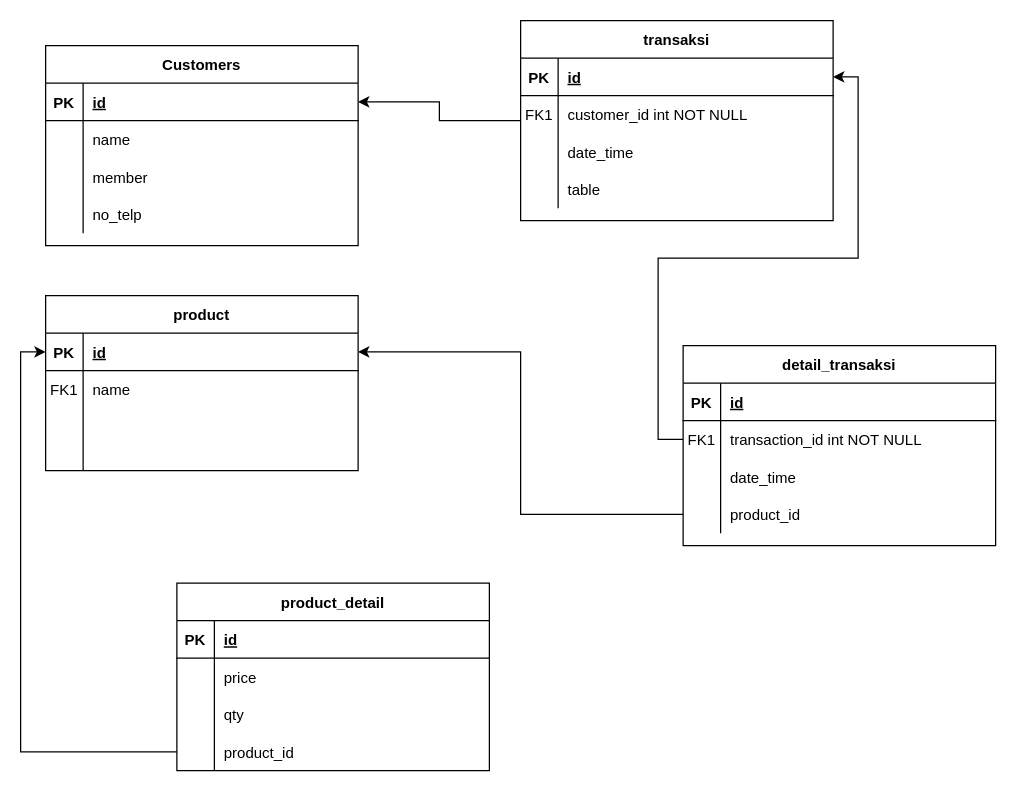
Before: Diagram Tanpa Judul.drawio in faisal0901/etentity, a draw.io diagram. Source tidied: cells renumbered, new cells numbered last; positions are measured from the earlier drawing's top-left corner, leaving out a move shared by most shapes. Both pictures are drawn from the tidied source at 125%, with x=0, y=0 at pixel (45, 20).
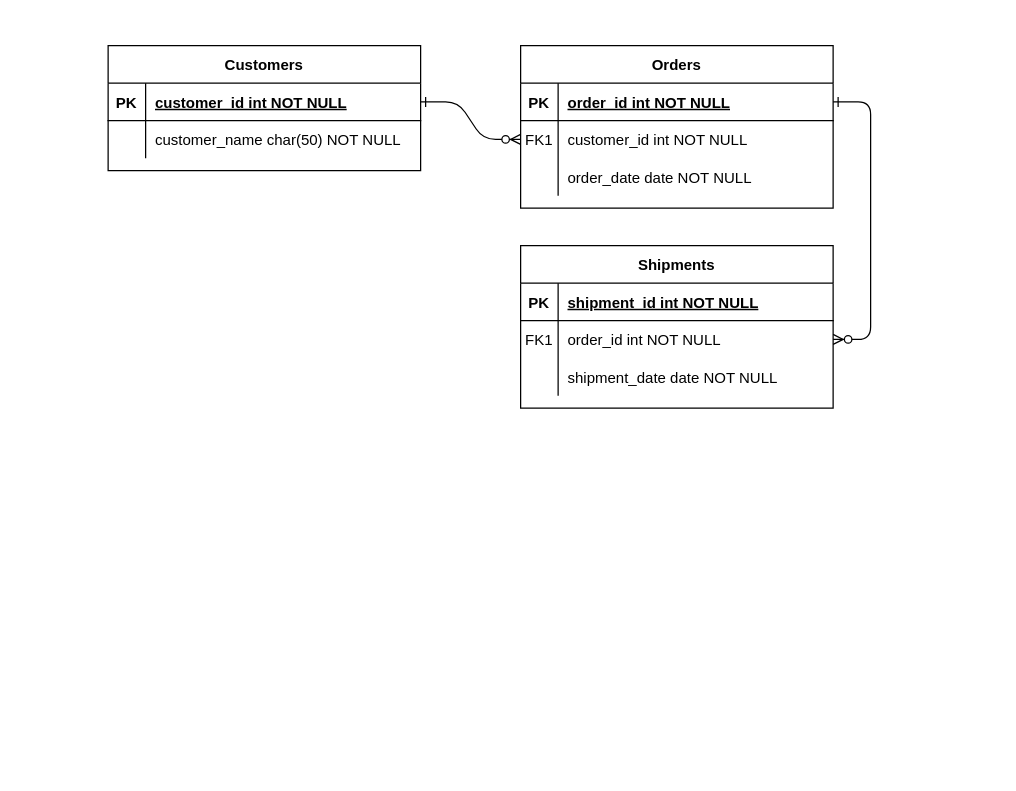
The same diagram, later.

The change refers to these unchanged cells:
```xml
<mxCell id="4" style="shape=partialRectangle;fillColor=none;points=[[0,0.5],[1,0.5]];portConstraint=eastwest;top=0;left=0;right=0;bottom=1;" parent="3" vertex="1">
  <mxGeometry y="30" width="250" height="30" as="geometry" />
</mxCell>
<mxCell id="7" style="shape=partialRectangle;fillColor=none;points=[[0,0.5],[1,0.5]];portConstraint=eastwest;top=0;left=0;right=0;bottom=0;" parent="3" vertex="1">
  <mxGeometry y="60" width="250" height="30" as="geometry" />
</mxCell>
<mxCell id="10" style="shape=partialRectangle;fillColor=none;top=0;left=0;right=0;bottom=0;" parent="3" vertex="1">
  <mxGeometry y="90" width="250" height="30" as="geometry" />
</mxCell>
<mxCell id="17" style="shape=partialRectangle;fillColor=none;points=[[0,0.5],[1,0.5]];portConstraint=eastwest;top=0;left=0;right=0;bottom=1;" parent="16" vertex="1">
  <mxGeometry y="30" width="250" height="30" as="geometry" />
</mxCell>
<mxCell id="20" style="shape=partialRectangle;fillColor=none;points=[[0,0.5],[1,0.5]];portConstraint=eastwest;top=0;left=0;right=0;bottom=0;" parent="16" vertex="1">
  <mxGeometry y="60" width="250" height="30" as="geometry" />
</mxCell>
<mxCell id="30" style="shape=partialRectangle;fillColor=none;points=[[0,0.5],[1,0.5]];portConstraint=eastwest;top=0;left=0;right=0;bottom=1;" parent="29" vertex="1">
  <mxGeometry y="30" width="250" height="30" as="geometry" />
</mxCell>
<mxCell id="33" style="shape=partialRectangle;fillColor=none;top=0;left=0;right=0;bottom=0;" parent="29" vertex="1">
  <mxGeometry y="60" width="250" height="30" as="geometry" />
</mxCell>
```

The edit, as a diff of the source:
```diff
@@
-    <mxCell id="2" style="edgeStyle=orthogonalEdgeStyle;rounded=0;jettySize=auto;html=1;entryX=1;entryY=0.5;entryDx=0;entryDy=0;" parent="1" edge="1" source="3" target="30">
-      <mxGeometry relative="1" as="geometry" />
-    </mxCell>
+    <mxCell id="71" style="edgeStyle=entityRelationEdgeStyle;endArrow=ERzeroToMany;startArrow=ERone;endFill=1;startFill=0;" parent="1" edge="1" source="30" target="7">
+      <mxGeometry relative="1" as="geometry" />
+    </mxCell>
+    <mxCell id="72" style="edgeStyle=entityRelationEdgeStyle;endArrow=ERzeroToMany;startArrow=ERone;endFill=1;startFill=0;" parent="1" edge="1" source="4" target="20">
+      <mxGeometry relative="1" as="geometry" />
+    </mxCell>
-    <mxCell id="3" value="transaksi" style="shape=table;startSize=30;childLayout=tableLayout;rowLines=0;fontStyle=1;align=center;" parent="1" vertex="1">
-      <mxGeometry x="380" width="250" height="160" as="geometry" />
+    <mxCell id="3" value="Orders" style="shape=table;startSize=30;childLayout=tableLayout;rowLines=0;fontStyle=1;align=center;" parent="1" vertex="1">
+      <mxGeometry x="380" y="20" width="250" height="130" as="geometry" />
     </mxCell>
@@
-    <mxCell id="6" value="id" style="shape=partialRectangle;overflow=hidden;fillColor=none;top=0;left=0;bottom=0;right=0;align=left;spacingLeft=6;fontStyle=5;" parent="4" vertex="1">
+    <mxCell id="6" value="order_id int NOT NULL " style="shape=partialRectangle;overflow=hidden;fillColor=none;top=0;left=0;bottom=0;right=0;align=left;spacingLeft=6;fontStyle=5;" parent="4" vertex="1">
       <mxGeometry x="30" width="220" height="30" as="geometry" />
     </mxCell>
@@
-    <mxCell id="12" value="date_time" style="shape=partialRectangle;overflow=hidden;fillColor=none;top=0;left=0;bottom=0;right=0;align=left;spacingLeft=6;" parent="10" vertex="1">
+    <mxCell id="12" value="order_date date NOT NULL" style="shape=partialRectangle;overflow=hidden;fillColor=none;top=0;left=0;bottom=0;right=0;align=left;spacingLeft=6;" parent="10" vertex="1">
       <mxGeometry x="30" width="220" height="30" as="geometry" />
     </mxCell>
-    <mxCell id="13" style="shape=partialRectangle;fillColor=none;top=0;left=0;right=0;bottom=0;" parent="3" vertex="1">
-      <mxGeometry y="120" width="250" height="30" as="geometry" />
-    </mxCell>
-    <mxCell id="14" style="shape=partialRectangle;overflow=hidden;fillColor=none;top=0;left=0;bottom=0;right=0;" parent="13" vertex="1">
-      <mxGeometry width="30" height="30" as="geometry" />
-    </mxCell>
-    <mxCell id="15" value="table" style="shape=partialRectangle;overflow=hidden;fillColor=none;top=0;left=0;bottom=0;right=0;align=left;spacingLeft=6;" parent="13" vertex="1">
-      <mxGeometry x="30" width="220" height="30" as="geometry" />
-    </mxCell>
-    <mxCell id="16" value="product" style="shape=table;startSize=30;childLayout=tableLayout;rowLines=0;fontStyle=1;align=center;" parent="1" vertex="1">
-      <mxGeometry y="220" width="250" height="140" as="geometry" />
+    <mxCell id="16" value="Shipments" style="shape=table;startSize=30;childLayout=tableLayout;rowLines=0;fontStyle=1;align=center;" parent="1" vertex="1">
+      <mxGeometry x="380" y="180" width="250" height="130" as="geometry" />
     </mxCell>
@@
-    <mxCell id="19" value="id" style="shape=partialRectangle;overflow=hidden;fillColor=none;top=0;left=0;bottom=0;right=0;align=left;spacingLeft=6;fontStyle=5;" parent="17" vertex="1">
+    <mxCell id="19" value="shipment_id int NOT NULL " style="shape=partialRectangle;overflow=hidden;fillColor=none;top=0;left=0;bottom=0;right=0;align=left;spacingLeft=6;fontStyle=5;" parent="17" vertex="1">
       <mxGeometry x="30" width="220" height="30" as="geometry" />
     </mxCell>
@@
-    <mxCell id="22" value="name" style="shape=partialRectangle;overflow=hidden;fillColor=none;top=0;left=0;bottom=0;right=0;align=left;spacingLeft=6;" parent="20" vertex="1">
+    <mxCell id="22" value="order_id int NOT NULL" style="shape=partialRectangle;overflow=hidden;fillColor=none;top=0;left=0;bottom=0;right=0;align=left;spacingLeft=6;" parent="20" vertex="1">
       <mxGeometry x="30" width="220" height="30" as="geometry" />
     </mxCell>
     <mxCell id="23" style="shape=partialRectangle;fillColor=none;top=0;left=0;right=0;bottom=0;" parent="16" vertex="1">
-      <mxGeometry y="90" width="250" height="20" as="geometry" />
+      <mxGeometry y="90" width="250" height="30" as="geometry" />
     </mxCell>
     <mxCell id="24" style="shape=partialRectangle;overflow=hidden;fillColor=none;top=0;left=0;bottom=0;right=0;" parent="23" vertex="1">
-      <mxGeometry width="30" height="20" as="geometry" />
+      <mxGeometry width="30" height="30" as="geometry" />
     </mxCell>
-    <mxCell id="25" style="shape=partialRectangle;overflow=hidden;fillColor=none;top=0;left=0;bottom=0;right=0;align=left;spacingLeft=6;" parent="23" vertex="1">
-      <mxGeometry x="30" width="220" height="20" as="geometry" />
+    <mxCell id="25" value="shipment_date date NOT NULL" style="shape=partialRectangle;overflow=hidden;fillColor=none;top=0;left=0;bottom=0;right=0;align=left;spacingLeft=6;" parent="23" vertex="1">
+      <mxGeometry x="30" width="220" height="30" as="geometry" />
     </mxCell>
-    <mxCell id="26" style="shape=partialRectangle;fillColor=none;top=0;left=0;right=0;bottom=0;" parent="16" vertex="1">
-      <mxGeometry y="110" width="250" height="30" as="geometry" />
-    </mxCell>
-    <mxCell id="27" style="shape=partialRectangle;overflow=hidden;fillColor=none;top=0;left=0;bottom=0;right=0;" parent="26" vertex="1">
-      <mxGeometry width="30" height="30" as="geometry" />
-    </mxCell>
-    <mxCell id="28" style="shape=partialRectangle;overflow=hidden;fillColor=none;top=0;left=0;bottom=0;right=0;align=left;spacingLeft=6;" parent="26" vertex="1">
-      <mxGeometry x="30" width="220" height="30" as="geometry" />
-    </mxCell>
     <mxCell id="29" value="Customers" style="shape=table;startSize=30;childLayout=tableLayout;rowLines=0;fontStyle=1;align=center;" parent="1" vertex="1">
-      <mxGeometry y="20" width="250" height="160" as="geometry" />
+      <mxGeometry x="50" y="20" width="250" height="100" as="geometry" />
     </mxCell>
@@
-    <mxCell id="32" value="id" style="shape=partialRectangle;overflow=hidden;fillColor=none;top=0;left=0;bottom=0;right=0;align=left;spacingLeft=6;fontStyle=5;" parent="30" vertex="1">
+    <mxCell id="32" value="customer_id int NOT NULL " style="shape=partialRectangle;overflow=hidden;fillColor=none;top=0;left=0;bottom=0;right=0;align=left;spacingLeft=6;fontStyle=5;" parent="30" vertex="1">
       <mxGeometry x="30" width="220" height="30" as="geometry" />
     </mxCell>
@@
-    <mxCell id="35" value="name" style="shape=partialRectangle;overflow=hidden;fillColor=none;top=0;left=0;bottom=0;right=0;align=left;spacingLeft=6;" parent="33" vertex="1">
+    <mxCell id="35" value="customer_name char(50) NOT NULL" style="shape=partialRectangle;overflow=hidden;fillColor=none;top=0;left=0;bottom=0;right=0;align=left;spacingLeft=6;" parent="33" vertex="1">
       <mxGeometry x="30" width="220" height="30" as="geometry" />
     </mxCell>
-    <mxCell id="36" style="shape=partialRectangle;fillColor=none;top=0;left=0;right=0;bottom=0;" parent="29" vertex="1">
-      <mxGeometry y="90" width="250" height="30" as="geometry" />
-    </mxCell>
-    <mxCell id="37" style="shape=partialRectangle;overflow=hidden;fillColor=none;top=0;left=0;bottom=0;right=0;" parent="36" vertex="1">
-      <mxGeometry width="30" height="30" as="geometry" />
-    </mxCell>
-    <mxCell id="38" value="member" style="shape=partialRectangle;overflow=hidden;fillColor=none;top=0;left=0;bottom=0;right=0;align=left;spacingLeft=6;" parent="36" vertex="1">
-      <mxGeometry x="30" width="220" height="30" as="geometry" />
-    </mxCell>
-    <mxCell id="39" style="shape=partialRectangle;fillColor=none;top=0;left=0;right=0;bottom=0;" parent="29" vertex="1">
-      <mxGeometry y="120" width="250" height="30" as="geometry" />
-    </mxCell>
-    <mxCell id="40" style="shape=partialRectangle;overflow=hidden;fillColor=none;top=0;left=0;bottom=0;right=0;" parent="39" vertex="1">
-      <mxGeometry width="30" height="30" as="geometry" />
-    </mxCell>
-    <mxCell id="41" value="no_telp" style="shape=partialRectangle;overflow=hidden;fillColor=none;top=0;left=0;bottom=0;right=0;align=left;spacingLeft=6;" parent="39" vertex="1">
-      <mxGeometry x="30" width="220" height="30" as="geometry" />
-    </mxCell>
-    <mxCell id="42" value="detail_transaksi" style="shape=table;startSize=30;childLayout=tableLayout;rowLines=0;fontStyle=1;align=center;" parent="1" vertex="1">
-      <mxGeometry x="510" y="260" width="250" height="160" as="geometry" />
-    </mxCell>
-    <mxCell id="43" style="shape=partialRectangle;fillColor=none;top=0;left=0;right=0;bottom=1;" parent="42" vertex="1">
-      <mxGeometry y="30" width="250" height="30" as="geometry" />
-    </mxCell>
-    <mxCell id="44" value="PK" style="shape=partialRectangle;overflow=hidden;fillColor=none;top=0;left=0;bottom=0;right=0;fontStyle=1;" parent="43" vertex="1">
-      <mxGeometry width="30" height="30" as="geometry" />
-    </mxCell>
-    <mxCell id="45" value="id" style="shape=partialRectangle;overflow=hidden;fillColor=none;top=0;left=0;bottom=0;right=0;align=left;spacingLeft=6;fontStyle=5;" parent="43" vertex="1">
-      <mxGeometry x="30" width="220" height="30" as="geometry" />
-    </mxCell>
-    <mxCell id="46" style="shape=partialRectangle;fillColor=none;points=[[0,0.5],[1,0.5]];portConstraint=eastwest;top=0;left=0;right=0;bottom=0;" parent="42" vertex="1">
-      <mxGeometry y="60" width="250" height="30" as="geometry" />
-    </mxCell>
-    <mxCell id="47" value="FK1" style="shape=partialRectangle;overflow=hidden;fillColor=none;top=0;left=0;bottom=0;right=0;" parent="46" vertex="1">
-      <mxGeometry width="30" height="30" as="geometry" />
-    </mxCell>
-    <mxCell id="48" value="transaction_id int NOT NULL" style="shape=partialRectangle;overflow=hidden;fillColor=none;top=0;left=0;bottom=0;right=0;align=left;spacingLeft=6;" parent="46" vertex="1">
-      <mxGeometry x="30" width="220" height="30" as="geometry" />
-    </mxCell>
-    <mxCell id="49" style="shape=partialRectangle;fillColor=none;top=0;left=0;right=0;bottom=0;" parent="42" vertex="1">
-      <mxGeometry y="90" width="250" height="30" as="geometry" />
-    </mxCell>
-    <mxCell id="50" style="shape=partialRectangle;overflow=hidden;fillColor=none;top=0;left=0;bottom=0;right=0;" parent="49" vertex="1">
-      <mxGeometry width="30" height="30" as="geometry" />
-    </mxCell>
-    <mxCell id="51" value="date_time" style="shape=partialRectangle;overflow=hidden;fillColor=none;top=0;left=0;bottom=0;right=0;align=left;spacingLeft=6;" parent="49" vertex="1">
-      <mxGeometry x="30" width="220" height="30" as="geometry" />
-    </mxCell>
-    <mxCell id="52" style="shape=partialRectangle;fillColor=none;points=[[0,0.5],[1,0.5]];portConstraint=eastwest;top=0;left=0;right=0;bottom=0;" parent="42" vertex="1">
-      <mxGeometry y="120" width="250" height="30" as="geometry" />
-    </mxCell>
-    <mxCell id="53" style="shape=partialRectangle;overflow=hidden;fillColor=none;top=0;left=0;bottom=0;right=0;" parent="52" vertex="1">
-      <mxGeometry width="30" height="30" as="geometry" />
-    </mxCell>
-    <mxCell id="54" value="product_id" style="shape=partialRectangle;overflow=hidden;fillColor=none;top=0;left=0;bottom=0;right=0;align=left;spacingLeft=6;" parent="52" vertex="1">
-      <mxGeometry x="30" width="220" height="30" as="geometry" />
-    </mxCell>
-    <mxCell id="55" value="product_detail" style="shape=table;startSize=30;childLayout=tableLayout;rowLines=0;fontStyle=1;align=center;" parent="1" vertex="1">
-      <mxGeometry x="105" y="450" width="250" height="150" as="geometry" />
-    </mxCell>
-    <mxCell id="56" style="shape=partialRectangle;fillColor=none;top=0;left=0;right=0;bottom=1;" parent="55" vertex="1">
-      <mxGeometry y="30" width="250" height="30" as="geometry" />
-    </mxCell>
-    <mxCell id="57" value="PK" style="shape=partialRectangle;overflow=hidden;fillColor=none;top=0;left=0;bottom=0;right=0;fontStyle=1;" parent="56" vertex="1">
-      <mxGeometry width="30" height="30" as="geometry" />
-    </mxCell>
-    <mxCell id="58" value="id" style="shape=partialRectangle;overflow=hidden;fillColor=none;top=0;left=0;bottom=0;right=0;align=left;spacingLeft=6;fontStyle=5;" parent="56" vertex="1">
-      <mxGeometry x="30" width="220" height="30" as="geometry" />
-    </mxCell>
-    <mxCell id="59" style="shape=partialRectangle;fillColor=none;top=0;left=0;right=0;bottom=0;" parent="55" vertex="1">
-      <mxGeometry y="60" width="250" height="30" as="geometry" />
-    </mxCell>
-    <mxCell id="60" style="shape=partialRectangle;overflow=hidden;fillColor=none;top=0;left=0;bottom=0;right=0;" parent="59" vertex="1">
-      <mxGeometry width="30" height="30" as="geometry" />
-    </mxCell>
-    <mxCell id="61" value="price" style="shape=partialRectangle;overflow=hidden;fillColor=none;top=0;left=0;bottom=0;right=0;align=left;spacingLeft=6;" parent="59" vertex="1">
-      <mxGeometry x="30" width="220" height="30" as="geometry" />
-    </mxCell>
-    <mxCell id="62" style="shape=partialRectangle;fillColor=none;top=0;left=0;right=0;bottom=0;" parent="55" vertex="1">
-      <mxGeometry y="90" width="250" height="30" as="geometry" />
-    </mxCell>
-    <mxCell id="63" style="shape=partialRectangle;overflow=hidden;fillColor=none;top=0;left=0;bottom=0;right=0;" parent="62" vertex="1">
-      <mxGeometry width="30" height="30" as="geometry" />
-    </mxCell>
-    <mxCell id="64" value="qty" style="shape=partialRectangle;overflow=hidden;fillColor=none;top=0;left=0;bottom=0;right=0;align=left;spacingLeft=6;" parent="62" vertex="1">
-      <mxGeometry x="30" width="220" height="30" as="geometry" />
-    </mxCell>
-    <mxCell id="65" style="shape=partialRectangle;fillColor=none;points=[[0,0.5],[1,0.5]];portConstraint=eastwest;top=0;left=0;right=0;bottom=0;" parent="55" vertex="1">
-      <mxGeometry y="120" width="250" height="30" as="geometry" />
-    </mxCell>
-    <mxCell id="66" style="shape=partialRectangle;overflow=hidden;fillColor=none;top=0;left=0;bottom=0;right=0;" parent="65" vertex="1">
-      <mxGeometry width="30" height="30" as="geometry" />
-    </mxCell>
-    <mxCell id="67" value="product_id" style="shape=partialRectangle;overflow=hidden;fillColor=none;top=0;left=0;bottom=0;right=0;align=left;spacingLeft=6;" parent="65" vertex="1">
-      <mxGeometry x="30" width="220" height="30" as="geometry" />
-    </mxCell>
-    <mxCell id="68" style="edgeStyle=orthogonalEdgeStyle;rounded=0;jettySize=auto;html=1;entryX=0;entryY=0.5;entryDx=0;entryDy=0;" parent="1" edge="1" source="65" target="17">
-      <mxGeometry relative="1" as="geometry" />
-    </mxCell>
-    <mxCell id="69" style="edgeStyle=orthogonalEdgeStyle;rounded=0;jettySize=auto;html=1;entryX=1;entryY=0.5;entryDx=0;entryDy=0;" parent="1" edge="1" source="52" target="17">
-      <mxGeometry relative="1" as="geometry" />
-    </mxCell>
-    <mxCell id="70" style="edgeStyle=orthogonalEdgeStyle;rounded=0;jettySize=auto;html=1;entryX=1;entryY=0.5;entryDx=0;entryDy=0;" parent="1" edge="1" source="46" target="4">
-      <mxGeometry relative="1" as="geometry" />
-    </mxCell>
```
